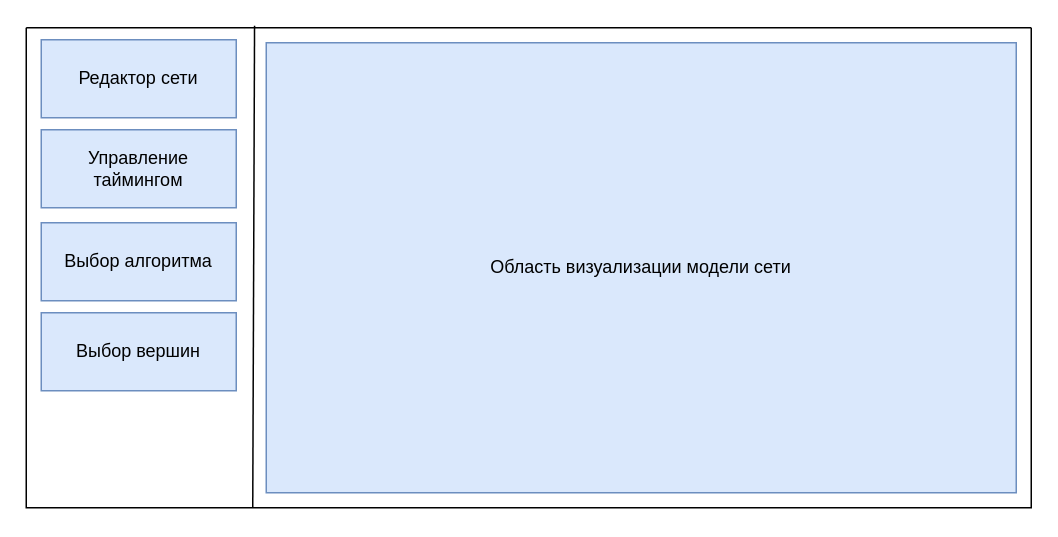
This is Диаграмма без названия.drawio from EvAnGEL0/databases, a draw.io file, before an edit. Source tidied: cells renumbered, new cells numbered last; positions are measured from the earlier drawing's top-left corner, leaving out a move shared by most shapes. Both pictures are drawn from the tidied source at 150%, with x=0, y=0 at pixel (26, 26).
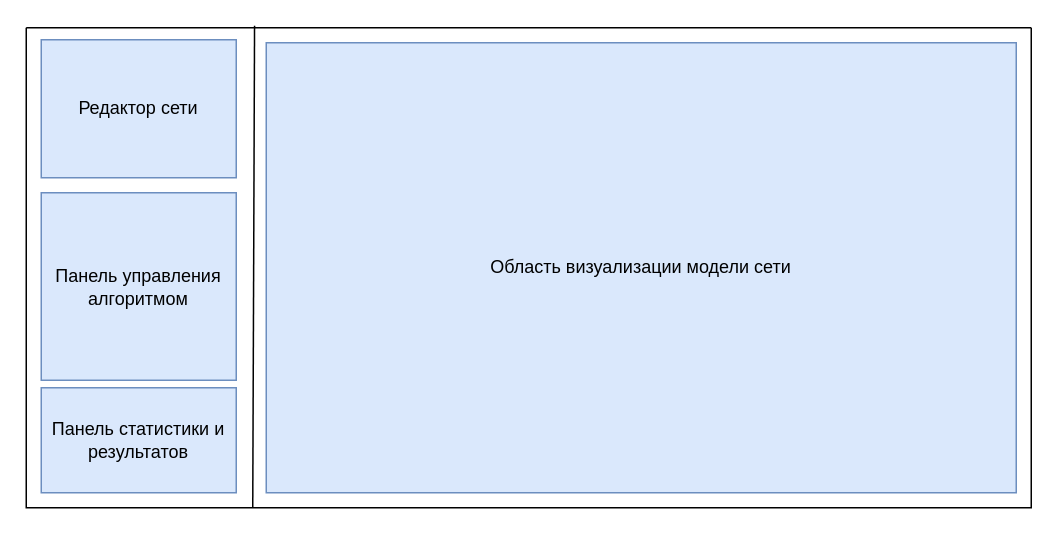
After the change.

Diff of the diagram source:
```diff
@@
 <mxGraphModel>
   <root>
     <mxCell id="0" />
     <mxCell id="1" parent="0" />
     <mxCell id="2" style="swimlane;startSize=0;" parent="1" vertex="1">
       <mxGeometry y="1" width="670" height="320" as="geometry" />
     </mxCell>
     <mxCell id="3" value="Область визуализации модели сети" style="text;html=1;whiteSpace=wrap;strokeColor=#6c8ebf;fillColor=#dae8fc;align=center;verticalAlign=middle;rounded=0;" parent="2" vertex="1">
       <mxGeometry x="160" y="10" width="500" height="300" as="geometry" />
     </mxCell>
     <mxCell id="4" value="Редактор сети" style="text;html=1;whiteSpace=wrap;strokeColor=#6c8ebf;fillColor=#dae8fc;align=center;verticalAlign=middle;rounded=0;" parent="2" vertex="1">
-      <mxGeometry x="10" y="8" width="130" height="52" as="geometry" />
+      <mxGeometry x="10" y="8" width="130" height="92" as="geometry" />
     </mxCell>
-    <mxCell id="5" value="Управление таймингом" style="text;html=1;whiteSpace=wrap;strokeColor=#6c8ebf;fillColor=#dae8fc;align=center;verticalAlign=middle;rounded=0;" parent="2" vertex="1">
-      <mxGeometry x="10" y="68" width="130" height="52" as="geometry" />
-    </mxCell>
-    <mxCell id="6" value="Выбор алгоритма" style="text;html=1;whiteSpace=wrap;strokeColor=#6c8ebf;fillColor=#dae8fc;align=center;verticalAlign=middle;rounded=0;" parent="2" vertex="1">
-      <mxGeometry x="10" y="130" width="130" height="52" as="geometry" />
-    </mxCell>
-    <mxCell id="7" value="Выбор вершин" style="text;html=1;whiteSpace=wrap;strokeColor=#6c8ebf;fillColor=#dae8fc;align=center;verticalAlign=middle;rounded=0;" parent="2" vertex="1">
-      <mxGeometry x="10" y="190" width="130" height="52" as="geometry" />
-    </mxCell>
+    <mxCell id="9" value="Панель управления алгоритмом" style="text;html=1;whiteSpace=wrap;strokeColor=#6c8ebf;fillColor=#dae8fc;align=center;verticalAlign=middle;rounded=0;" parent="2" vertex="1">
+      <mxGeometry x="10" y="110" width="130" height="125" as="geometry" />
+    </mxCell>
+    <mxCell id="10" value="Панель статистики и результатов" style="text;html=1;whiteSpace=wrap;strokeColor=#6c8ebf;fillColor=#dae8fc;align=center;verticalAlign=middle;rounded=0;" parent="2" vertex="1">
+      <mxGeometry x="10" y="240" width="130" height="70" as="geometry" />
+    </mxCell>
     <mxCell id="8" style="endArrow=none;html=1;rounded=0;entryX=0.166;entryY=-0.004;entryDx=0;entryDy=0;entryPerimeter=0;" parent="1" edge="1">
       <mxGeometry relative="1" as="geometry">
         <mxPoint x="151" y="321" as="sourcePoint" />
         <mxPoint x="152.2" y="-0.3" as="targetPoint" />
       </mxGeometry>
     </mxCell>
   </root>
 </mxGraphModel>
```
